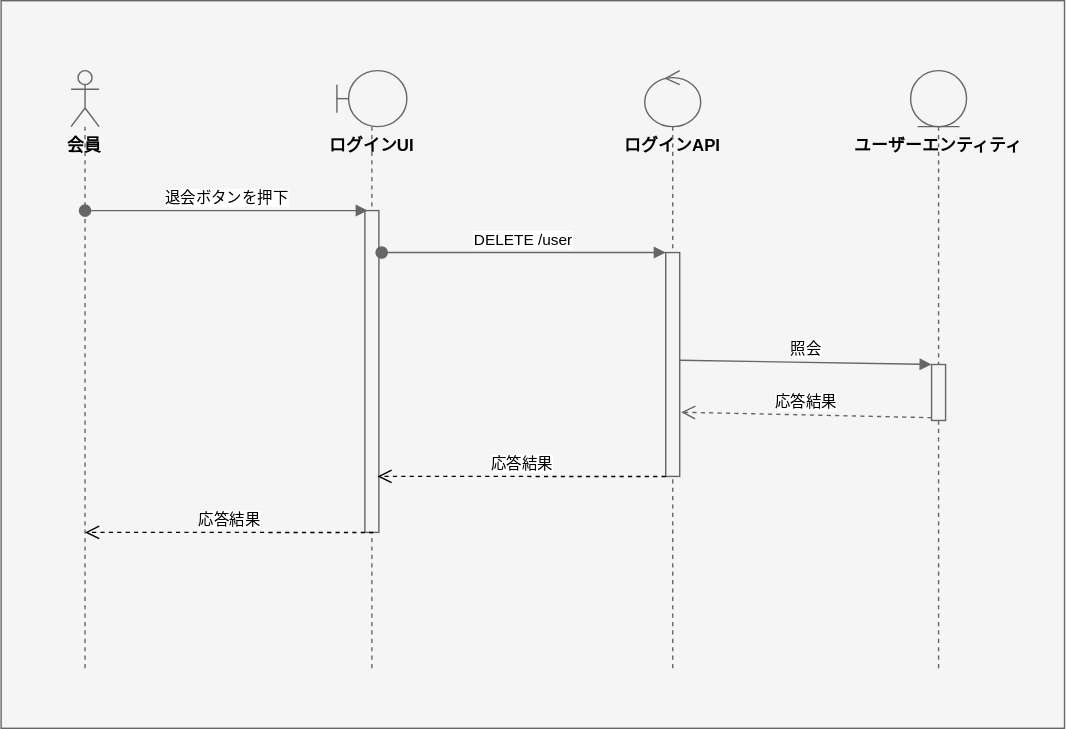
rikkyrice/typing-game keeps this draw.io diagram as docs/images/sequence/SQ1_103_会員は退会をする.drawio.svg. Above is the earlier version. Source tidied: cells renumbered, new cells last; positions are measured from the earlier drawing's top-left corner, leaving out a move shared by most shapes. Source of this version:
```xml
<mxGraphModel>
  <root>
    <mxCell id="0" />
    <mxCell id="1" parent="0" />
    <mxCell id="2" style="rounded=0;whiteSpace=wrap;html=1;fillColor=#f5f5f5;strokeColor=#666666;fontColor=#333333;" parent="1" vertex="1">
      <mxGeometry width="760" height="520" as="geometry" />
    </mxCell>
    <mxCell id="3" style="shape=umlLifeline;participant=umlActor;perimeter=lifelinePerimeter;whiteSpace=wrap;html=1;verticalAlign=top;spacingTop=36;labelBackgroundColor=#ffffff;strokeColor=#666666;fontColor=#333333;fillColor=#f5f5f5;" parent="1" vertex="1">
      <mxGeometry x="50" y="50" width="20" height="430" as="geometry" />
    </mxCell>
    <mxCell id="4" value="会員" style="text;align=center;fontStyle=1;verticalAlign=middle;spacingLeft=3;spacingRight=3;strokeColor=none;fontColor=#000000;" parent="1" vertex="1">
      <mxGeometry x="20" y="90" width="80" height="26" as="geometry" />
    </mxCell>
    <mxCell id="5" style="shape=umlLifeline;participant=umlBoundary;perimeter=lifelinePerimeter;whiteSpace=wrap;html=1;verticalAlign=top;spacingTop=36;labelBackgroundColor=#ffffff;strokeColor=#666666;fontColor=#333333;fillColor=#f5f5f5;" parent="1" vertex="1">
      <mxGeometry x="240" y="50" width="50" height="430" as="geometry" />
    </mxCell>
    <mxCell id="6" style="html=1;points=[];perimeter=orthogonalPerimeter;strokeColor=#666666;fontColor=#333333;fillColor=#f5f5f5;" parent="5" vertex="1">
      <mxGeometry x="20" y="100" width="10" height="230" as="geometry" />
    </mxCell>
    <mxCell id="7" value="ログインUI" style="text;align=center;fontStyle=1;verticalAlign=middle;spacingLeft=3;spacingRight=3;strokeColor=none;fontColor=#000000;" parent="1" vertex="1">
      <mxGeometry x="225" y="90" width="80" height="26" as="geometry" />
    </mxCell>
    <mxCell id="8" style="shape=umlLifeline;participant=umlEntity;perimeter=lifelinePerimeter;whiteSpace=wrap;html=1;verticalAlign=top;spacingTop=36;labelBackgroundColor=#ffffff;strokeColor=#666666;fontColor=#333333;fillColor=#f5f5f5;" parent="1" vertex="1">
      <mxGeometry x="650" y="50" width="40" height="430" as="geometry" />
    </mxCell>
    <mxCell id="9" style="html=1;points=[];perimeter=orthogonalPerimeter;strokeColor=#666666;fontColor=#333333;fillColor=#f5f5f5;" parent="8" vertex="1">
      <mxGeometry x="15" y="210" width="10" height="40" as="geometry" />
    </mxCell>
    <mxCell id="10" value="ログインAPI" style="text;align=center;fontStyle=1;verticalAlign=middle;spacingLeft=3;spacingRight=3;strokeColor=none;fontColor=#000000;" parent="1" vertex="1">
      <mxGeometry x="440" y="90" width="80" height="26" as="geometry" />
    </mxCell>
    <mxCell id="11" style="shape=umlLifeline;participant=umlControl;perimeter=lifelinePerimeter;whiteSpace=wrap;html=1;verticalAlign=top;spacingTop=36;labelBackgroundColor=#ffffff;strokeColor=#666666;fontColor=#333333;fillColor=#f5f5f5;" parent="1" vertex="1">
      <mxGeometry x="460" y="50" width="40" height="430" as="geometry" />
    </mxCell>
    <mxCell id="12" style="html=1;points=[];perimeter=orthogonalPerimeter;strokeColor=#666666;fontColor=#333333;fillColor=#f5f5f5;" parent="11" vertex="1">
      <mxGeometry x="15" y="130" width="10" height="160" as="geometry" />
    </mxCell>
    <mxCell id="13" value="ユーザーエンティティ" style="text;align=center;fontStyle=1;verticalAlign=middle;spacingLeft=3;spacingRight=3;strokeColor=none;fontColor=#000000;" parent="1" vertex="1">
      <mxGeometry x="630" y="90" width="80" height="26" as="geometry" />
    </mxCell>
    <mxCell id="14" value="&lt;span style=&quot;background-color: rgb(255 , 255 , 255)&quot;&gt;退会ボタンを押下&lt;br&gt;&lt;/span&gt;" style="html=1;verticalAlign=bottom;startArrow=oval;endArrow=block;startSize=8;fontColor=#000000;fillColor=#f5f5f5;strokeColor=#666666;entryX=0.2;entryY=0;entryDx=0;entryDy=0;entryPerimeter=0;" parent="1" edge="1" target="6">
      <mxGeometry relative="1" as="geometry">
        <mxPoint x="60" y="150" as="sourcePoint" />
      </mxGeometry>
    </mxCell>
    <mxCell id="15" value="&lt;span style=&quot;background-color: rgb(255 , 255 , 255)&quot;&gt;DELETE /user&lt;/span&gt;" style="html=1;verticalAlign=bottom;startArrow=oval;endArrow=block;startSize=8;fontColor=#000000;fillColor=#f5f5f5;strokeColor=#666666;" parent="1" edge="1" target="12">
      <mxGeometry relative="1" as="geometry">
        <mxPoint x="272" y="180" as="sourcePoint" />
      </mxGeometry>
    </mxCell>
    <mxCell id="16" value="&lt;span style=&quot;background-color: rgb(255 , 255 , 255)&quot;&gt;照会&lt;/span&gt;" style="html=1;verticalAlign=bottom;endArrow=block;entryX=0;entryY=0;fontColor=#000000;fillColor=#f5f5f5;strokeColor=#666666;exitX=1;exitY=0.481;exitDx=0;exitDy=0;exitPerimeter=0;" parent="1" edge="1" source="12" target="9">
      <mxGeometry relative="1" as="geometry" />
    </mxCell>
    <mxCell id="17" value="&lt;span style=&quot;background-color: rgb(255 , 255 , 255)&quot;&gt;応答結果&lt;/span&gt;" style="html=1;verticalAlign=bottom;endArrow=open;dashed=1;endSize=8;exitX=0;exitY=0.95;fontColor=#000000;fillColor=#f5f5f5;strokeColor=#666666;entryX=1.1;entryY=0.713;entryDx=0;entryDy=0;entryPerimeter=0;" parent="1" edge="1" source="9" target="12">
      <mxGeometry relative="1" as="geometry" />
    </mxCell>
    <mxCell id="18" value="&lt;span style=&quot;background-color: rgb(255 , 255 , 255)&quot;&gt;応答結果&lt;/span&gt;" style="html=1;verticalAlign=bottom;endArrow=open;dashed=1;endSize=8;fontColor=#000000;exitX=0;exitY=1;exitDx=0;exitDy=0;exitPerimeter=0;entryX=0.9;entryY=0.826;entryDx=0;entryDy=0;entryPerimeter=0;strokeColor=#000000;" parent="1" edge="1" source="12" target="6">
      <mxGeometry relative="1" as="geometry" />
    </mxCell>
    <mxCell id="19" value="&lt;span style=&quot;background-color: rgb(255 , 255 , 255)&quot;&gt;応答結果&lt;/span&gt;" style="html=1;verticalAlign=bottom;endArrow=open;dashed=1;endSize=8;fontColor=#000000;exitX=0;exitY=1;exitDx=0;exitDy=0;exitPerimeter=0;entryX=0.9;entryY=0.826;entryDx=0;entryDy=0;entryPerimeter=0;strokeColor=#000000;" parent="1" edge="1">
      <mxGeometry relative="1" as="geometry">
        <mxPoint x="266" y="380" as="sourcePoint" />
        <mxPoint x="60" y="380" as="targetPoint" />
      </mxGeometry>
    </mxCell>
  </root>
</mxGraphModel>
```
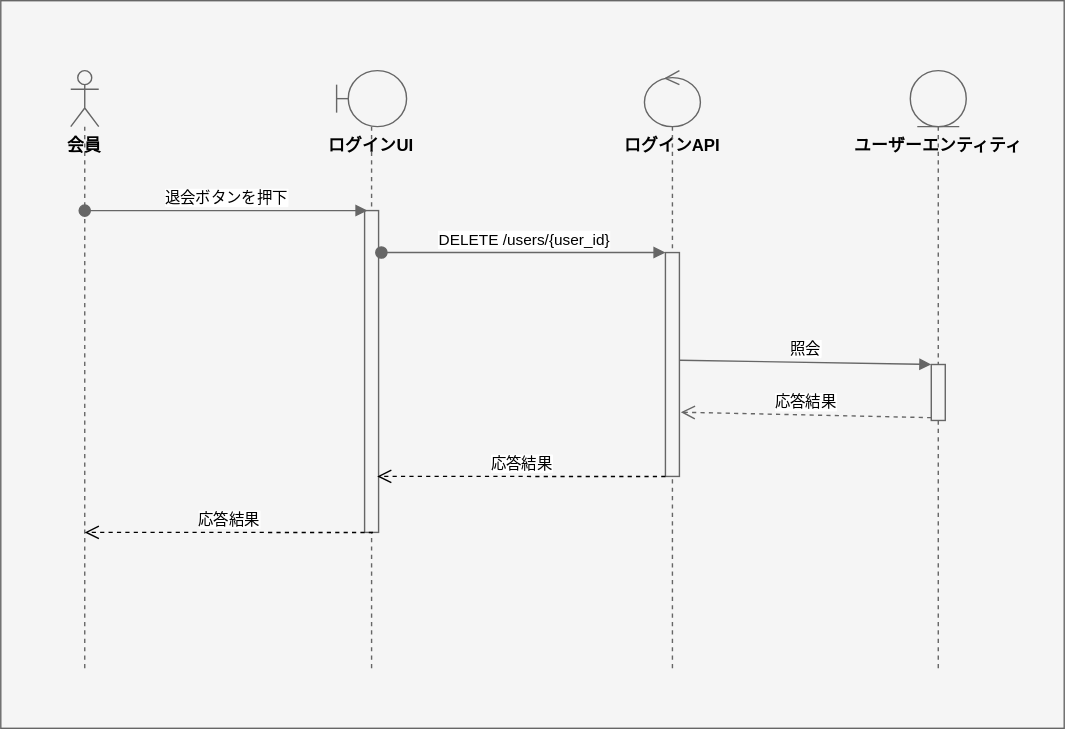
Later version of the same file.

What changed in the source:
```diff
@@ -43,7 +43,7 @@
         <mxPoint x="60" y="150" as="sourcePoint" />
       </mxGeometry>
     </mxCell>
-    <mxCell id="15" value="&lt;span style=&quot;background-color: rgb(255 , 255 , 255)&quot;&gt;DELETE /user&lt;/span&gt;" style="html=1;verticalAlign=bottom;startArrow=oval;endArrow=block;startSize=8;fontColor=#000000;fillColor=#f5f5f5;strokeColor=#666666;" parent="1" edge="1" target="12">
+    <mxCell id="15" value="&lt;span style=&quot;background-color: rgb(255 , 255 , 255)&quot;&gt;DELETE /users/{user_id}&lt;br&gt;&lt;/span&gt;" style="html=1;verticalAlign=bottom;startArrow=oval;endArrow=block;startSize=8;fontColor=#000000;fillColor=#f5f5f5;strokeColor=#666666;" parent="1" edge="1" target="12">
       <mxGeometry relative="1" as="geometry">
         <mxPoint x="272" y="180" as="sourcePoint" />
       </mxGeometry>
```
